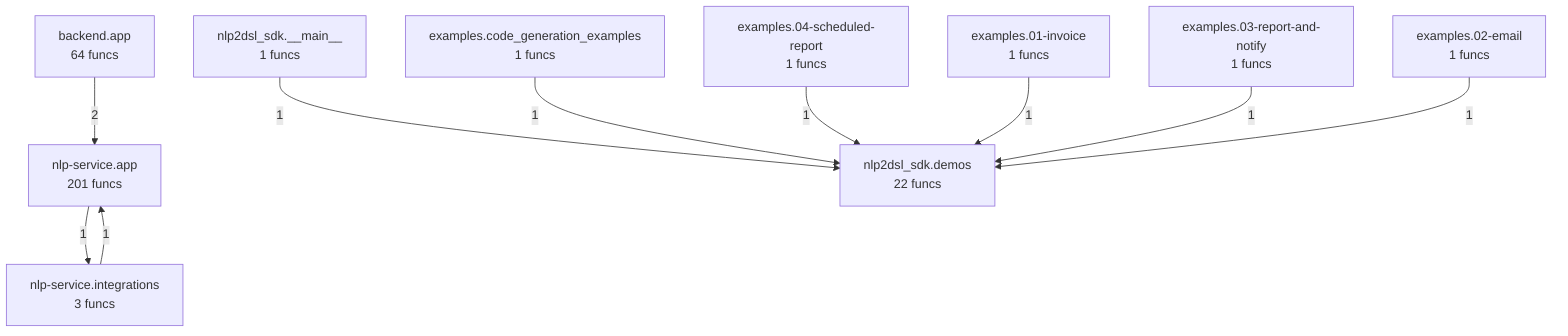
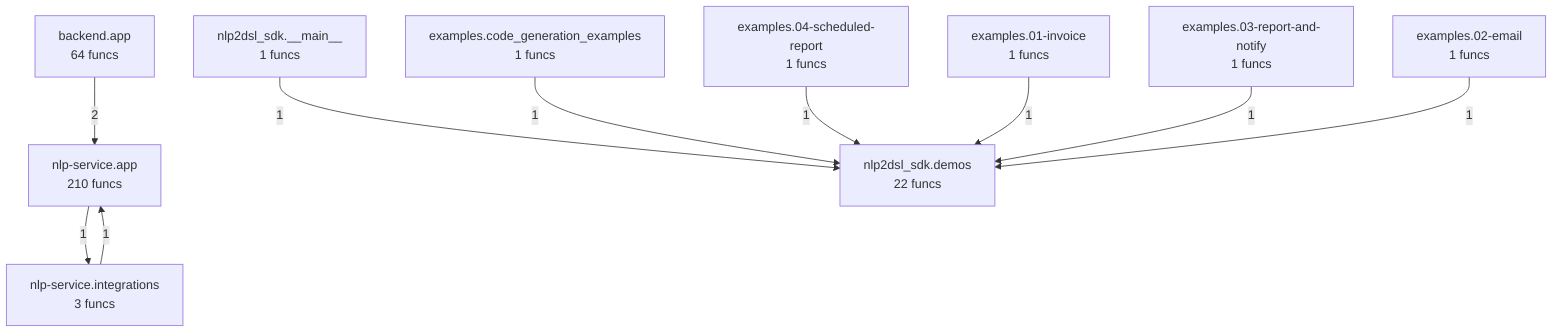
flowchart TD
- %% generated in 0.01s
+ %% generated in 0.02s
    backend__app["backend.app<br/>64 funcs"]
    examples__01_invoice["examples.01-invoice<br/>1 funcs"]
    examples__02_email["examples.02-email<br/>1 funcs"]
    examples__03_report_and_notify["examples.03-report-and-notify<br/>1 funcs"]
    examples__04_scheduled_report["examples.04-scheduled-report<br/>1 funcs"]
    examples__code_generation_examples["examples.code_generation_examples<br/>1 funcs"]
-     nlp_service__app["nlp-service.app<br/>201 funcs"]
+     nlp_service__app["nlp-service.app<br/>210 funcs"]
    nlp_service__integrations["nlp-service.integrations<br/>3 funcs"]
    nlp2dsl_sdk____main__["nlp2dsl_sdk.__main__<br/>1 funcs"]
    nlp2dsl_sdk__demos["nlp2dsl_sdk.demos<br/>22 funcs"]
    backend__app -->|2| nlp_service__app
    nlp2dsl_sdk____main__ -->|1| nlp2dsl_sdk__demos
    examples__code_generation_examples -->|1| nlp2dsl_sdk__demos
    examples__04_scheduled_report -->|1| nlp2dsl_sdk__demos
    examples__01_invoice -->|1| nlp2dsl_sdk__demos
    examples__03_report_and_notify -->|1| nlp2dsl_sdk__demos
    examples__02_email -->|1| nlp2dsl_sdk__demos
+     nlp_service__app -->|1| nlp_service__integrations
    nlp_service__integrations -->|1| nlp_service__app
-     nlp_service__app -->|1| nlp_service__integrations
